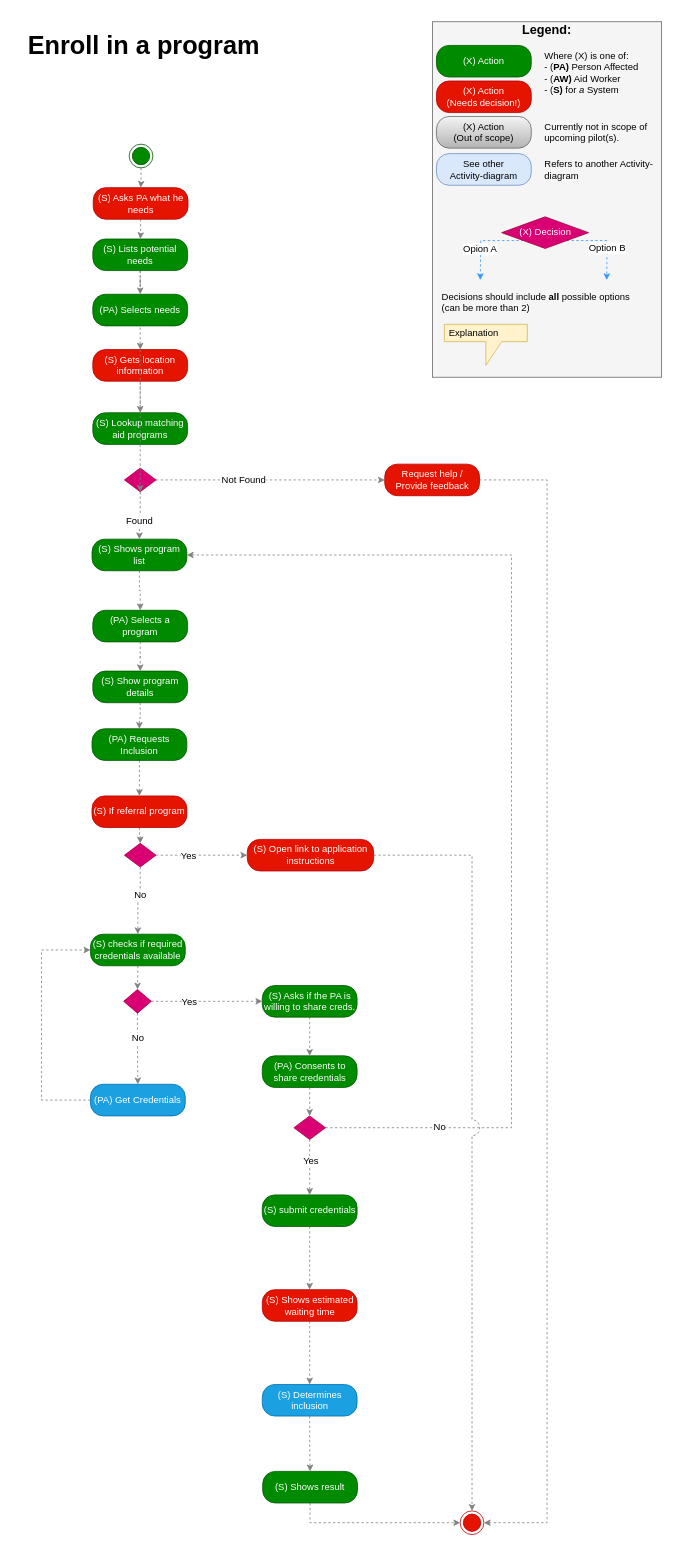
This is Activity Diagrams/Enroll in a program activity.drawio from nsward/diagrams, a draw.io file, before an edit. Source tidied: cells renumbered, new cells numbered last; positions are measured from the earlier drawing's top-left corner, leaving out a move shared by most shapes. Both pictures are drawn from the tidied source at 79%, with x=0, y=0 at pixel (13, 13).
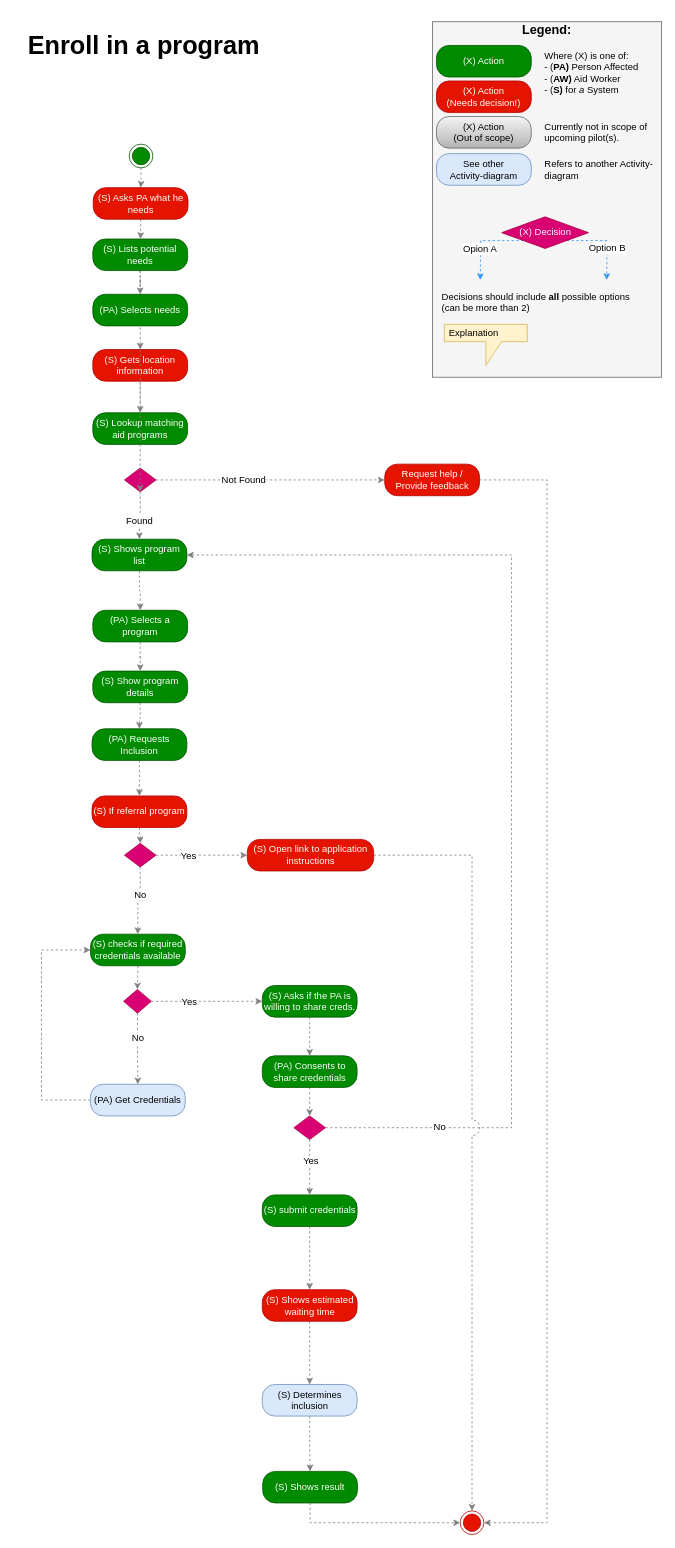
The same diagram, later.

Commit message (it also covers changes not shown here):
Fix color/style used for "See other"-actions/steps

The edit, as a diff of the source:
```diff
@@
-    <mxCell id="20" value="(PA) Get Credentials" style="rounded=1;whiteSpace=wrap;html=1;arcSize=40;fillColor=#1ba1e2;strokeColor=#006EAF;fontColor=#ffffff;" parent="1" vertex="1">
+    <mxCell id="20" value="(PA) Get Credentials" style="rounded=1;whiteSpace=wrap;html=1;arcSize=40;fillColor=#dae8fc;strokeColor=#6c8ebf;" parent="1" vertex="1">
       <mxGeometry x="97" y="1355" width="120" height="40" as="geometry" />
     </mxCell>
@@
-    <mxCell id="38" value="(S) Determines inclusion" style="rounded=1;whiteSpace=wrap;html=1;arcSize=40;fillColor=#1ba1e2;strokeColor=#006EAF;fontColor=#ffffff;" parent="1" vertex="1">
+    <mxCell id="38" value="(S) Determines inclusion" style="rounded=1;whiteSpace=wrap;html=1;arcSize=40;fillColor=#dae8fc;strokeColor=#6c8ebf;" parent="1" vertex="1">
       <mxGeometry x="314.5" y="1735" width="120" height="40" as="geometry" />
     </mxCell>
```
